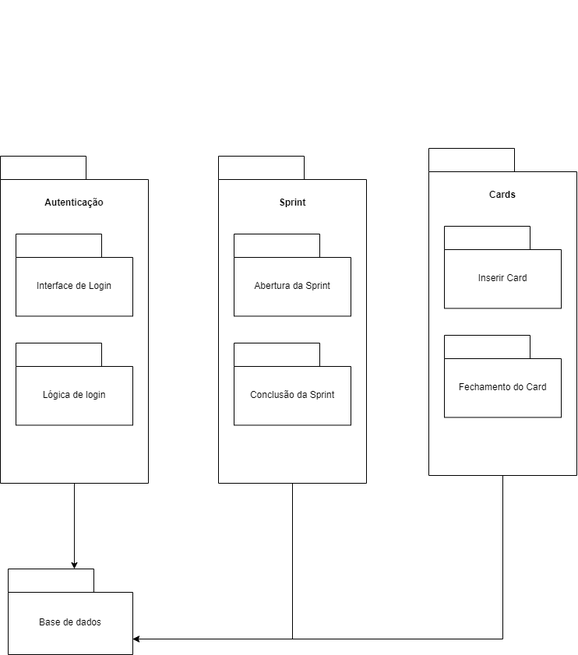
This is Diadramas/Diagrama de pacotes.png from leticiabrus/Modelos-metodos-e-tecnicas-da-engenharia-de-software, a draw.io export, as it was before one commit. Source tidied: cells renumbered, new cells last; positions are measured from the earlier drawing's top-left corner, leaving out a move shared by most shapes.
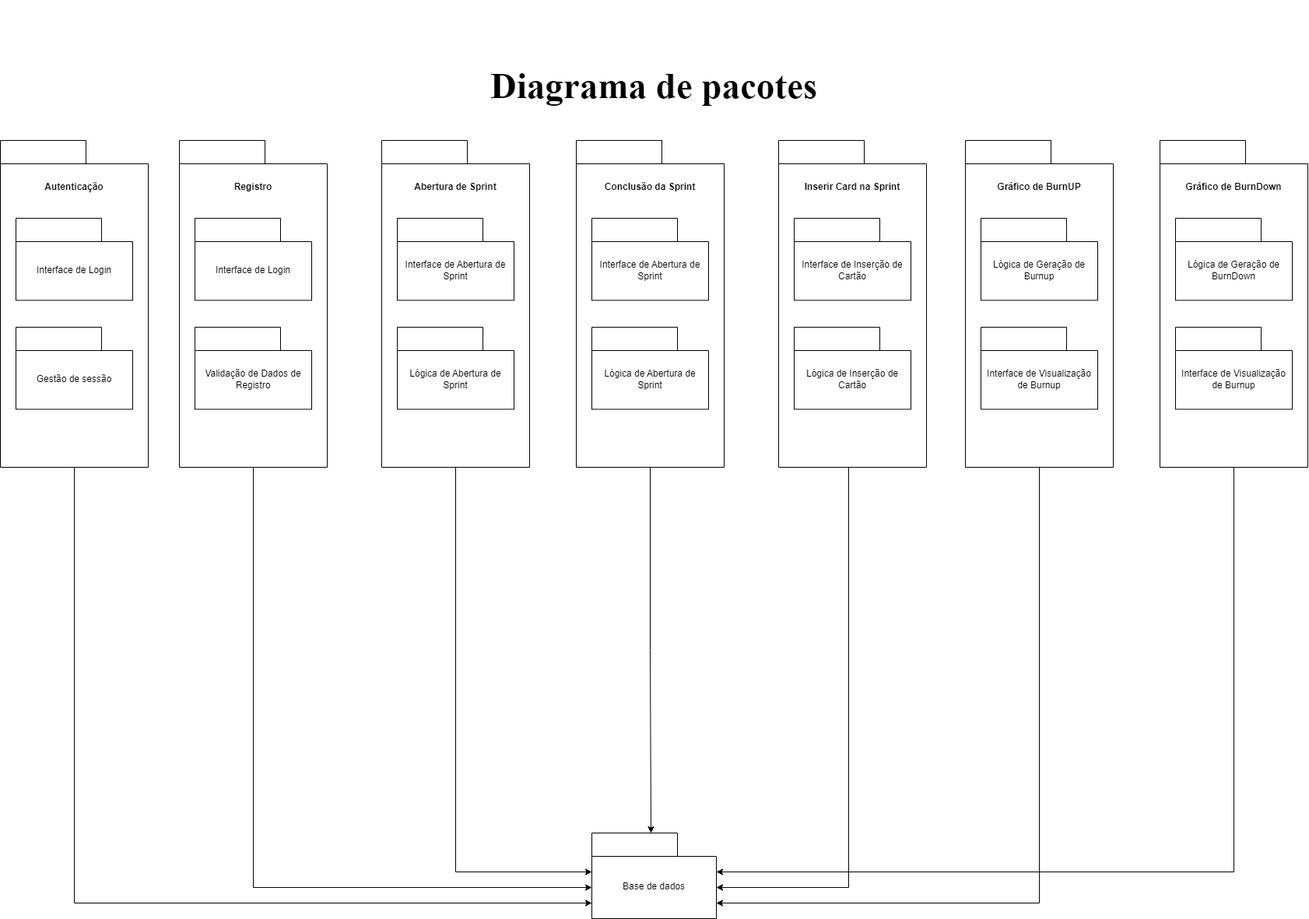
After the commit.

Commit message:
Diagrama de pacote - atualizado

What changed in the source:
```diff
@@ -21,18 +21,18 @@
     <mxCell id="6" style="shape=folder;fontStyle=1;tabWidth=110;tabHeight=30;tabPosition=left;html=1;boundedLbl=1;labelInHeader=1;whiteSpace=wrap;" parent="2" vertex="1">
       <mxGeometry x="20" y="240" width="150" height="105.5" as="geometry" />
     </mxCell>
-    <mxCell id="7" value="Lógica de login" style="html=1;strokeColor=none;fillColor=none;whiteSpace=wrap;" parent="6" vertex="1">
+    <mxCell id="7" value="Gestão de sessão" style="html=1;strokeColor=none;fillColor=none;whiteSpace=wrap;" parent="6" vertex="1">
       <mxGeometry width="150" height="73.82" relative="1" as="geometry">
         <mxPoint y="30" as="offset" />
       </mxGeometry>
     </mxCell>
     <mxCell id="8" value="&lt;b&gt;Login&lt;/b&gt;" style="html=1;strokeColor=none;fillColor=none;whiteSpace=wrap;" parent="1" vertex="1">
-      <mxGeometry x="280" y="220" width="190" height="60" as="geometry" />
+      <mxGeometry x="490" y="220" width="190" height="60" as="geometry" />
     </mxCell>
     <mxCell id="9" style="shape=folder;fontStyle=1;tabWidth=110;tabHeight=30;tabPosition=left;html=1;boundedLbl=1;labelInHeader=1;whiteSpace=wrap;" parent="1" vertex="1">
-      <mxGeometry x="280" y="200" width="190" height="420" as="geometry" />
+      <mxGeometry x="490" y="200" width="190" height="420" as="geometry" />
     </mxCell>
-    <mxCell id="10" value="&lt;b&gt;Sprint&lt;/b&gt;" style="html=1;strokeColor=none;fillColor=none;whiteSpace=wrap;" parent="9" vertex="1">
+    <mxCell id="10" value="&lt;b&gt;Abertura de Sprint&lt;/b&gt;" style="html=1;strokeColor=none;fillColor=none;whiteSpace=wrap;" parent="9" vertex="1">
       <mxGeometry width="190" height="60" relative="1" as="geometry">
         <mxPoint y="30" as="offset" />
       </mxGeometry>
@@ -40,7 +40,7 @@
     <mxCell id="11" style="shape=folder;fontStyle=1;tabWidth=110;tabHeight=30;tabPosition=left;html=1;boundedLbl=1;labelInHeader=1;whiteSpace=wrap;" parent="9" vertex="1">
       <mxGeometry x="20" y="100" width="150" height="105.5" as="geometry" />
     </mxCell>
-    <mxCell id="12" value="Abertura da Sprint" style="html=1;strokeColor=none;fillColor=none;whiteSpace=wrap;" parent="11" vertex="1">
+    <mxCell id="12" value="Interface de Abertura de Sprint" style="html=1;strokeColor=none;fillColor=none;whiteSpace=wrap;" parent="11" vertex="1">
       <mxGeometry width="150" height="73.82" relative="1" as="geometry">
         <mxPoint y="30" as="offset" />
       </mxGeometry>
@@ -48,13 +48,13 @@
     <mxCell id="13" style="shape=folder;fontStyle=1;tabWidth=110;tabHeight=30;tabPosition=left;html=1;boundedLbl=1;labelInHeader=1;whiteSpace=wrap;" parent="9" vertex="1">
       <mxGeometry x="20" y="240" width="150" height="105.5" as="geometry" />
     </mxCell>
-    <mxCell id="14" value="Conclusão da Sprint" style="html=1;strokeColor=none;fillColor=none;whiteSpace=wrap;" parent="13" vertex="1">
+    <mxCell id="14" value="Lógica de Abertura de Sprint" style="html=1;strokeColor=none;fillColor=none;whiteSpace=wrap;" parent="13" vertex="1">
       <mxGeometry width="150" height="73.82" relative="1" as="geometry">
         <mxPoint y="30" as="offset" />
       </mxGeometry>
     </mxCell>
     <mxCell id="15" style="shape=folder;fontStyle=1;tabWidth=110;tabHeight=30;tabPosition=left;html=1;boundedLbl=1;labelInHeader=1;whiteSpace=wrap;" parent="1" vertex="1">
-      <mxGeometry x="10" y="730" width="160" height="110" as="geometry" />
+      <mxGeometry x="760" y="1090" width="160" height="110" as="geometry" />
     </mxCell>
     <mxCell id="16" value="Base de dados" style="html=1;strokeColor=none;fillColor=none;whiteSpace=wrap;" parent="15" vertex="1">
       <mxGeometry width="160" height="77" relative="1" as="geometry">
@@ -62,12 +62,12 @@
       </mxGeometry>
     </mxCell>
     <mxCell id="17" style="html=1;strokeColor=none;fillColor=none;whiteSpace=wrap;" parent="1" vertex="1">
-      <mxGeometry x="350" width="190" height="60" as="geometry" />
+      <mxGeometry x="270" y="20" width="190" height="60" as="geometry" />
     </mxCell>
     <mxCell id="18" style="shape=folder;fontStyle=1;tabWidth=110;tabHeight=30;tabPosition=left;html=1;boundedLbl=1;labelInHeader=1;whiteSpace=wrap;" parent="1" vertex="1">
-      <mxGeometry x="550" y="190" width="190" height="420" as="geometry" />
+      <mxGeometry x="1000" y="200" width="190" height="420" as="geometry" />
     </mxCell>
-    <mxCell id="19" value="&lt;b&gt;Cards&lt;/b&gt;" style="html=1;strokeColor=none;fillColor=none;whiteSpace=wrap;" parent="18" vertex="1">
+    <mxCell id="19" value="&lt;b&gt;Inserir Card na Sprint&lt;/b&gt;" style="html=1;strokeColor=none;fillColor=none;whiteSpace=wrap;" parent="18" vertex="1">
       <mxGeometry width="190" height="60" relative="1" as="geometry">
         <mxPoint y="30" as="offset" />
       </mxGeometry>
@@ -75,7 +75,7 @@
     <mxCell id="20" style="shape=folder;fontStyle=1;tabWidth=110;tabHeight=30;tabPosition=left;html=1;boundedLbl=1;labelInHeader=1;whiteSpace=wrap;" parent="18" vertex="1">
       <mxGeometry x="20" y="100" width="150" height="105.5" as="geometry" />
     </mxCell>
-    <mxCell id="21" value="Inserir Card" style="html=1;strokeColor=none;fillColor=none;whiteSpace=wrap;" parent="20" vertex="1">
+    <mxCell id="21" value="Interface de Inserção de Cartão" style="html=1;strokeColor=none;fillColor=none;whiteSpace=wrap;" parent="20" vertex="1">
       <mxGeometry width="150" height="73.82" relative="1" as="geometry">
         <mxPoint y="30" as="offset" />
       </mxGeometry>
@@ -83,27 +83,157 @@
     <mxCell id="22" style="shape=folder;fontStyle=1;tabWidth=110;tabHeight=30;tabPosition=left;html=1;boundedLbl=1;labelInHeader=1;whiteSpace=wrap;" parent="18" vertex="1">
       <mxGeometry x="20" y="240" width="150" height="105.5" as="geometry" />
     </mxCell>
-    <mxCell id="23" value="Fechamento do Card" style="html=1;strokeColor=none;fillColor=none;whiteSpace=wrap;" parent="22" vertex="1">
+    <mxCell id="23" value="Lógica de Inserção de Cartão" style="html=1;strokeColor=none;fillColor=none;whiteSpace=wrap;" parent="22" vertex="1">
       <mxGeometry width="150" height="73.82" relative="1" as="geometry">
         <mxPoint y="30" as="offset" />
       </mxGeometry>
     </mxCell>
+    <mxCell id="27" style="shape=folder;fontStyle=1;tabWidth=110;tabHeight=30;tabPosition=left;html=1;boundedLbl=1;labelInHeader=1;whiteSpace=wrap;" parent="1" vertex="1">
+      <mxGeometry x="230" y="200" width="190" height="420" as="geometry" />
+    </mxCell>
+    <mxCell id="28" value="&lt;b&gt;Registro&lt;/b&gt;" style="html=1;strokeColor=none;fillColor=none;whiteSpace=wrap;" parent="27" vertex="1">
+      <mxGeometry width="190" height="60" relative="1" as="geometry">
+        <mxPoint y="30" as="offset" />
+      </mxGeometry>
+    </mxCell>
+    <mxCell id="29" style="shape=folder;fontStyle=1;tabWidth=110;tabHeight=30;tabPosition=left;html=1;boundedLbl=1;labelInHeader=1;whiteSpace=wrap;" parent="27" vertex="1">
+      <mxGeometry x="20" y="100" width="150" height="105.5" as="geometry" />
+    </mxCell>
+    <mxCell id="30" value="Interface de Login" style="html=1;strokeColor=none;fillColor=none;whiteSpace=wrap;" parent="29" vertex="1">
+      <mxGeometry width="150" height="73.82" relative="1" as="geometry">
+        <mxPoint y="30" as="offset" />
+      </mxGeometry>
+    </mxCell>
+    <mxCell id="31" style="shape=folder;fontStyle=1;tabWidth=110;tabHeight=30;tabPosition=left;html=1;boundedLbl=1;labelInHeader=1;whiteSpace=wrap;" parent="27" vertex="1">
+      <mxGeometry x="20" y="240" width="150" height="105.5" as="geometry" />
+    </mxCell>
+    <mxCell id="32" value="Validação de Dados de Registro" style="html=1;strokeColor=none;fillColor=none;whiteSpace=wrap;" parent="31" vertex="1">
+      <mxGeometry width="150" height="73.82" relative="1" as="geometry">
+        <mxPoint y="30" as="offset" />
+      </mxGeometry>
+    </mxCell>
+    <mxCell id="33" style="html=1;strokeColor=none;fillColor=none;whiteSpace=wrap;" parent="1" vertex="1">
+      <mxGeometry x="600" y="110" width="190" height="60" as="geometry" />
+    </mxCell>
+    <mxCell id="34" style="shape=folder;fontStyle=1;tabWidth=110;tabHeight=30;tabPosition=left;html=1;boundedLbl=1;labelInHeader=1;whiteSpace=wrap;" parent="1" vertex="1">
+      <mxGeometry x="740" y="200" width="190" height="420" as="geometry" />
+    </mxCell>
+    <mxCell id="35" value="&lt;b&gt;Conclusão da Sprint&lt;/b&gt;" style="html=1;strokeColor=none;fillColor=none;whiteSpace=wrap;" parent="34" vertex="1">
+      <mxGeometry width="190" height="60" relative="1" as="geometry">
+        <mxPoint y="30" as="offset" />
+      </mxGeometry>
+    </mxCell>
+    <mxCell id="36" style="shape=folder;fontStyle=1;tabWidth=110;tabHeight=30;tabPosition=left;html=1;boundedLbl=1;labelInHeader=1;whiteSpace=wrap;" parent="34" vertex="1">
+      <mxGeometry x="20" y="100" width="150" height="105.5" as="geometry" />
+    </mxCell>
+    <mxCell id="37" value="Interface de Abertura de Sprint" style="html=1;strokeColor=none;fillColor=none;whiteSpace=wrap;" parent="36" vertex="1">
+      <mxGeometry width="150" height="73.82" relative="1" as="geometry">
+        <mxPoint y="30" as="offset" />
+      </mxGeometry>
+    </mxCell>
+    <mxCell id="38" style="shape=folder;fontStyle=1;tabWidth=110;tabHeight=30;tabPosition=left;html=1;boundedLbl=1;labelInHeader=1;whiteSpace=wrap;" parent="34" vertex="1">
+      <mxGeometry x="20" y="240" width="150" height="105.5" as="geometry" />
+    </mxCell>
+    <mxCell id="39" value="Lógica de Abertura de Sprint" style="html=1;strokeColor=none;fillColor=none;whiteSpace=wrap;" parent="38" vertex="1">
+      <mxGeometry width="150" height="73.82" relative="1" as="geometry">
+        <mxPoint y="30" as="offset" />
+      </mxGeometry>
+    </mxCell>
+    <mxCell id="40" style="shape=folder;fontStyle=1;tabWidth=110;tabHeight=30;tabPosition=left;html=1;boundedLbl=1;labelInHeader=1;whiteSpace=wrap;" parent="1" vertex="1">
+      <mxGeometry x="1240" y="200" width="190" height="420" as="geometry" />
+    </mxCell>
+    <mxCell id="41" value="&lt;b&gt;Gráfico de BurnUP&lt;/b&gt;" style="html=1;strokeColor=none;fillColor=none;whiteSpace=wrap;" parent="40" vertex="1">
+      <mxGeometry width="190" height="60" relative="1" as="geometry">
+        <mxPoint y="30" as="offset" />
+      </mxGeometry>
+    </mxCell>
+    <mxCell id="42" style="shape=folder;fontStyle=1;tabWidth=110;tabHeight=30;tabPosition=left;html=1;boundedLbl=1;labelInHeader=1;whiteSpace=wrap;" parent="40" vertex="1">
+      <mxGeometry x="20" y="100" width="150" height="105.5" as="geometry" />
+    </mxCell>
+    <mxCell id="43" value="Lógica de Geração de Burnup" style="html=1;strokeColor=none;fillColor=none;whiteSpace=wrap;" parent="42" vertex="1">
+      <mxGeometry width="150" height="73.82" relative="1" as="geometry">
+        <mxPoint y="30" as="offset" />
+      </mxGeometry>
+    </mxCell>
+    <mxCell id="44" style="shape=folder;fontStyle=1;tabWidth=110;tabHeight=30;tabPosition=left;html=1;boundedLbl=1;labelInHeader=1;whiteSpace=wrap;" parent="40" vertex="1">
+      <mxGeometry x="20" y="240" width="150" height="105.5" as="geometry" />
+    </mxCell>
+    <mxCell id="45" value="Interface de Visualização de Burnup" style="html=1;strokeColor=none;fillColor=none;whiteSpace=wrap;" parent="44" vertex="1">
+      <mxGeometry width="150" height="73.82" relative="1" as="geometry">
+        <mxPoint y="30" as="offset" />
+      </mxGeometry>
+    </mxCell>
+    <mxCell id="46" style="shape=folder;fontStyle=1;tabWidth=110;tabHeight=30;tabPosition=left;html=1;boundedLbl=1;labelInHeader=1;whiteSpace=wrap;" parent="1" vertex="1">
+      <mxGeometry x="1490" y="200" width="190" height="420" as="geometry" />
+    </mxCell>
+    <mxCell id="47" value="&lt;b&gt;Gráfico de BurnDown&lt;/b&gt;" style="html=1;strokeColor=none;fillColor=none;whiteSpace=wrap;" parent="46" vertex="1">
+      <mxGeometry width="190" height="60" relative="1" as="geometry">
+        <mxPoint y="30" as="offset" />
+      </mxGeometry>
+    </mxCell>
+    <mxCell id="48" style="shape=folder;fontStyle=1;tabWidth=110;tabHeight=30;tabPosition=left;html=1;boundedLbl=1;labelInHeader=1;whiteSpace=wrap;" parent="46" vertex="1">
+      <mxGeometry x="20" y="100" width="150" height="105.5" as="geometry" />
+    </mxCell>
+    <mxCell id="49" value="Lógica de Geração de BurnDown" style="html=1;strokeColor=none;fillColor=none;whiteSpace=wrap;" parent="48" vertex="1">
+      <mxGeometry width="150" height="73.82" relative="1" as="geometry">
+        <mxPoint y="30" as="offset" />
+      </mxGeometry>
+    </mxCell>
+    <mxCell id="50" style="shape=folder;fontStyle=1;tabWidth=110;tabHeight=30;tabPosition=left;html=1;boundedLbl=1;labelInHeader=1;whiteSpace=wrap;" parent="46" vertex="1">
+      <mxGeometry x="20" y="240" width="150" height="105.5" as="geometry" />
+    </mxCell>
+    <mxCell id="51" value="Interface de Visualização de Burnup" style="html=1;strokeColor=none;fillColor=none;whiteSpace=wrap;" parent="50" vertex="1">
+      <mxGeometry width="150" height="73.82" relative="1" as="geometry">
+        <mxPoint y="30" as="offset" />
+      </mxGeometry>
+    </mxCell>
+    <mxCell id="26" style="edgeStyle=orthogonalEdgeStyle;rounded=0;jettySize=auto;html=1;entryX=0;entryY=0;entryDx=0;entryDy=90;entryPerimeter=0;" parent="1" edge="1" source="2" target="15">
+      <mxGeometry relative="1" as="geometry">
+        <Array as="points">
+          <mxPoint x="95" y="1180" />
+        </Array>
+      </mxGeometry>
+    </mxCell>
+    <mxCell id="52" style="edgeStyle=orthogonalEdgeStyle;rounded=0;jettySize=auto;html=1;entryX=0;entryY=0;entryDx=0;entryDy=70;entryPerimeter=0;" parent="1" edge="1" source="27" target="15">
+      <mxGeometry relative="1" as="geometry">
+        <Array as="points">
+          <mxPoint x="325" y="1160" />
+        </Array>
+      </mxGeometry>
+    </mxCell>
+    <mxCell id="25" style="edgeStyle=orthogonalEdgeStyle;rounded=0;jettySize=auto;html=1;entryX=0;entryY=0;entryDx=0;entryDy=50;entryPerimeter=0;" parent="1" edge="1" source="9" target="15">
+      <mxGeometry relative="1" as="geometry">
+        <Array as="points">
+          <mxPoint x="585" y="1140" />
+        </Array>
+      </mxGeometry>
+    </mxCell>
+    <mxCell id="53" style="edgeStyle=orthogonalEdgeStyle;rounded=0;jettySize=auto;html=1;entryX=0.475;entryY=0;entryDx=0;entryDy=0;entryPerimeter=0;" parent="1" edge="1" source="34" target="15">
+      <mxGeometry relative="1" as="geometry" />
+    </mxCell>
-    <mxCell id="24" style="edgeStyle=orthogonalEdgeStyle;rounded=0;jettySize=auto;html=1;entryX=0;entryY=0;entryDx=160;entryDy=90;entryPerimeter=0;" parent="1" edge="1" source="18" target="15">
+    <mxCell id="24" style="edgeStyle=orthogonalEdgeStyle;rounded=0;jettySize=auto;html=1;entryX=0;entryY=0;entryDx=160;entryDy=70;entryPerimeter=0;" parent="1" edge="1" source="18" target="15">
       <mxGeometry relative="1" as="geometry">
         <Array as="points">
-          <mxPoint x="645" y="820" />
+          <mxPoint x="1090" y="1160" />
         </Array>
       </mxGeometry>
     </mxCell>
-    <mxCell id="25" style="edgeStyle=orthogonalEdgeStyle;rounded=0;jettySize=auto;html=1;entryX=0;entryY=0;entryDx=160;entryDy=90;entryPerimeter=0;" parent="1" edge="1" source="9" target="15">
-      <mxGeometry relative="1" as="geometry">
-        <Array as="points">
-          <mxPoint x="375" y="820" />
-        </Array>
-      </mxGeometry>
-    </mxCell>
-    <mxCell id="26" style="edgeStyle=orthogonalEdgeStyle;rounded=0;jettySize=auto;html=1;entryX=0.531;entryY=0;entryDx=0;entryDy=0;entryPerimeter=0;" parent="1" edge="1" source="2" target="15">
-      <mxGeometry relative="1" as="geometry" />
-    </mxCell>
+    <mxCell id="54" style="edgeStyle=orthogonalEdgeStyle;rounded=0;jettySize=auto;html=1;entryX=0;entryY=0;entryDx=160;entryDy=90;entryPerimeter=0;" parent="1" edge="1" source="40" target="15">
+      <mxGeometry relative="1" as="geometry">
+        <Array as="points">
+          <mxPoint x="1335" y="1180" />
+        </Array>
+      </mxGeometry>
+    </mxCell>
+    <mxCell id="55" style="edgeStyle=orthogonalEdgeStyle;rounded=0;jettySize=auto;html=1;entryX=0;entryY=0;entryDx=160;entryDy=50;entryPerimeter=0;" parent="1" edge="1" source="46" target="15">
+      <mxGeometry relative="1" as="geometry">
+        <Array as="points">
+          <mxPoint x="1585" y="1140" />
+        </Array>
+      </mxGeometry>
+    </mxCell>
+    <mxCell id="56" value="&lt;font face=&quot;Times New Roman&quot; style=&quot;font-size: 47px;&quot;&gt;&lt;b&gt;Diagrama de pacotes&lt;/b&gt;&lt;/font&gt;" style="text;html=1;strokeColor=none;fillColor=none;align=center;verticalAlign=middle;whiteSpace=wrap;rounded=0;" parent="1" vertex="1">
+      <mxGeometry x="550" y="40" width="580" height="180" as="geometry" />
+    </mxCell>
   </root>
 </mxGraphModel>
```
